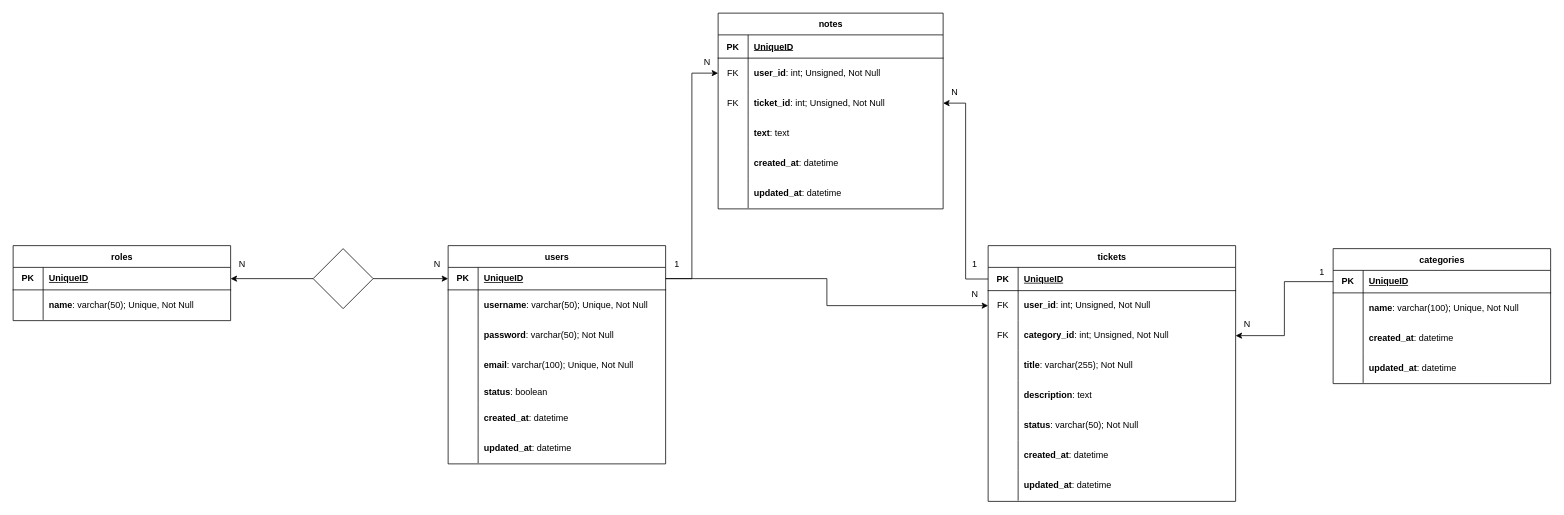
The draw.io diagram ticket-platform.drawio in giogiosgr/ticket-platform, before the edit. Source tidied: cells renumbered, new cells numbered last; positions are measured from the earlier drawing's top-left corner, leaving out a move shared by most shapes. Both pictures are drawn from the tidied source at 75%, with x=0, y=0 at pixel (13, 13).
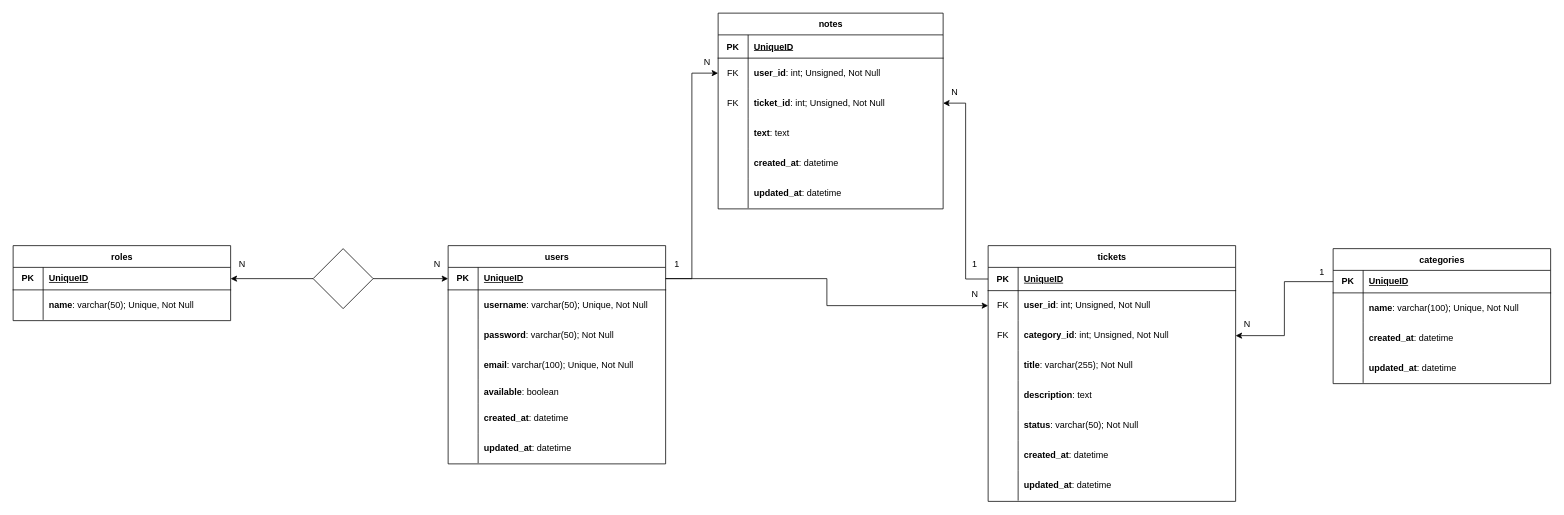
Above is the later version.

Commit message (it also covers changes not shown here):
fix: refactor di "status" (operatore) in "available"

The change refers to these unchanged cells:
```xml
<mxCell id="15" style="shape=tableRow;horizontal=0;startSize=0;swimlaneHead=0;swimlaneBody=0;fillColor=none;top=0;left=0;right=0;bottom=0;" parent="2" vertex="1">
  <mxGeometry y="179" width="290" height="31" as="geometry" />
</mxCell>
```

Change to the diagram source:
```diff
@@
-    <mxCell id="17" value="&lt;b&gt;status&lt;/b&gt;:&lt;b&gt;&amp;nbsp;&lt;/b&gt;boolean" style="shape=partialRectangle;fillColor=none;top=0;left=0;bottom=0;right=0;align=left;spacingLeft=6;overflow=hidden;whiteSpace=wrap;html=1;" parent="15" vertex="1">
+    <mxCell id="17" value="&lt;b&gt;available&lt;/b&gt;:&lt;b&gt;&amp;nbsp;&lt;/b&gt;boolean" style="shape=partialRectangle;fillColor=none;top=0;left=0;bottom=0;right=0;align=left;spacingLeft=6;overflow=hidden;whiteSpace=wrap;html=1;" parent="15" vertex="1">
       <mxGeometry x="40" width="250" height="31" as="geometry" />
     </mxCell>
```
